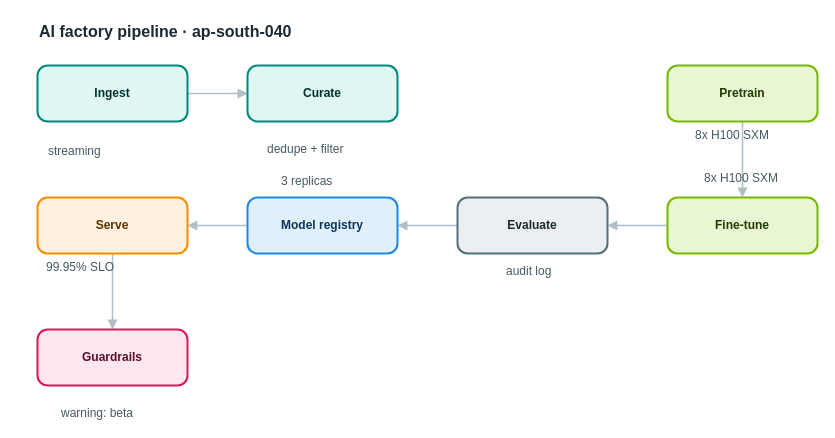
Before: apps/web/public/samples/library/040-ai-factory-pipeline.drawio in AryanG01/open-apprentice, a draw.io diagram. Source tidied: cells renumbered, new cells numbered last; positions are measured from the earlier drawing's top-left corner, leaving out a move shared by most shapes. Both pictures are drawn from the tidied source at 100%, with x=0, y=0 at pixel (37, 17).
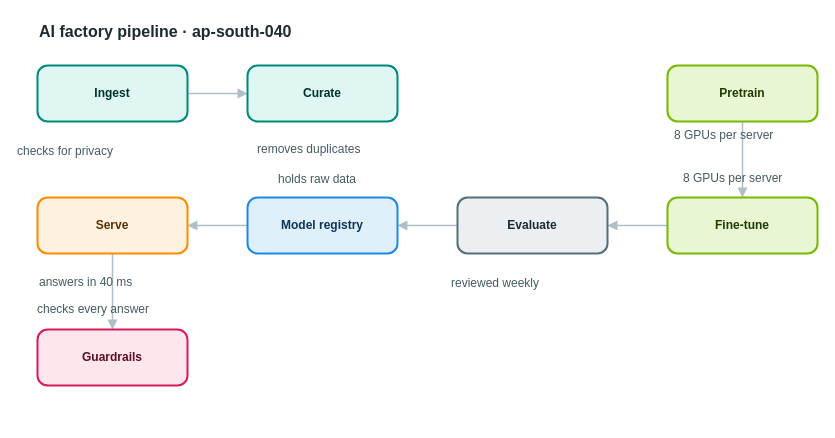
The same diagram, later.

The edit, as a diff of the source:
```diff
@@
-    <mxCell id="17" value="streaming" style="text;html=1;align=left;verticalAlign=top;whiteSpace=nowrap;spacing=0;spacingTop=0;strokeColor=none;fillColor=none;fontSize=12;fontColor=#455a64;" parent="1" vertex="1">
-      <mxGeometry x="11" y="122" width="75" height="20" as="geometry" />
+    <mxCell id="17" value="checks for privacy" style="text;html=1;align=left;verticalAlign=top;whiteSpace=nowrap;spacing=0;spacingTop=0;strokeColor=none;fillColor=none;fontSize=12;fontColor=#455a64;" parent="1" vertex="1">
+      <mxGeometry x="-20" y="122" width="138" height="20" as="geometry" />
     </mxCell>
-    <mxCell id="18" value="dedupe + filter" style="text;html=1;align=left;verticalAlign=top;whiteSpace=nowrap;spacing=0;spacingTop=0;strokeColor=none;fillColor=none;fontSize=12;fontColor=#455a64;" parent="1" vertex="1">
-      <mxGeometry x="230" y="120" width="117" height="20" as="geometry" />
+    <mxCell id="18" value="removes duplicates" style="text;html=1;align=left;verticalAlign=top;whiteSpace=nowrap;spacing=0;spacingTop=0;strokeColor=none;fillColor=none;fontSize=12;fontColor=#455a64;" parent="1" vertex="1">
+      <mxGeometry x="220" y="120" width="138" height="20" as="geometry" />
     </mxCell>
-    <mxCell id="19" value="8x H100 SXM" style="text;html=1;align=left;verticalAlign=top;whiteSpace=nowrap;spacing=0;spacingTop=0;strokeColor=none;fillColor=none;fontSize=12;fontColor=#455a64;" parent="1" vertex="1">
-      <mxGeometry x="658" y="106" width="89" height="20" as="geometry" />
+    <mxCell id="19" value="8 GPUs per server" style="text;html=1;align=left;verticalAlign=top;whiteSpace=nowrap;spacing=0;spacingTop=0;strokeColor=none;fillColor=none;fontSize=12;fontColor=#455a64;" parent="1" vertex="1">
+      <mxGeometry x="637" y="106" width="131" height="20" as="geometry" />
     </mxCell>
-    <mxCell id="20" value="8x H100 SXM" style="text;html=1;align=left;verticalAlign=top;whiteSpace=nowrap;spacing=0;spacingTop=0;strokeColor=none;fillColor=none;fontSize=12;fontColor=#455a64;" parent="1" vertex="1">
-      <mxGeometry x="667" y="149" width="89" height="20" as="geometry" />
+    <mxCell id="20" value="8 GPUs per server" style="text;html=1;align=left;verticalAlign=top;whiteSpace=nowrap;spacing=0;spacingTop=0;strokeColor=none;fillColor=none;fontSize=12;fontColor=#455a64;" parent="1" vertex="1">
+      <mxGeometry x="646" y="149" width="131" height="20" as="geometry" />
     </mxCell>
-    <mxCell id="21" value="audit log" style="text;html=1;align=left;verticalAlign=top;whiteSpace=nowrap;spacing=0;spacingTop=0;strokeColor=none;fillColor=none;fontSize=12;fontColor=#455a64;" parent="1" vertex="1">
-      <mxGeometry x="469" y="242" width="75" height="20" as="geometry" />
+    <mxCell id="21" value="reviewed weekly" style="text;html=1;align=left;verticalAlign=top;whiteSpace=nowrap;spacing=0;spacingTop=0;strokeColor=none;fillColor=none;fontSize=12;fontColor=#455a64;" parent="1" vertex="1">
+      <mxGeometry x="414" y="254" width="117" height="20" as="geometry" />
     </mxCell>
-    <mxCell id="22" value="3 replicas" style="text;html=1;align=left;verticalAlign=top;whiteSpace=nowrap;spacing=0;spacingTop=0;strokeColor=none;fillColor=none;fontSize=12;fontColor=#455a64;" parent="1" vertex="1">
-      <mxGeometry x="244" y="152" width="82" height="20" as="geometry" />
+    <mxCell id="22" value="holds raw data" style="text;html=1;align=left;verticalAlign=top;whiteSpace=nowrap;spacing=0;spacingTop=0;strokeColor=none;fillColor=none;fontSize=12;fontColor=#455a64;" parent="1" vertex="1">
+      <mxGeometry x="241" y="150" width="110" height="20" as="geometry" />
     </mxCell>
-    <mxCell id="23" value="99.95% SLO" style="text;html=1;align=left;verticalAlign=top;whiteSpace=nowrap;spacing=0;spacingTop=0;strokeColor=none;fillColor=none;fontSize=12;fontColor=#455a64;" parent="1" vertex="1">
-      <mxGeometry x="9" y="238" width="82" height="20" as="geometry" />
+    <mxCell id="23" value="answers in 40 ms" style="text;html=1;align=left;verticalAlign=top;whiteSpace=nowrap;spacing=0;spacingTop=0;strokeColor=none;fillColor=none;fontSize=12;fontColor=#455a64;" parent="1" vertex="1">
+      <mxGeometry x="2" y="253" width="124" height="20" as="geometry" />
     </mxCell>
-    <mxCell id="24" value="warning: beta" style="text;html=1;align=left;verticalAlign=top;whiteSpace=nowrap;spacing=0;spacingTop=0;strokeColor=none;fillColor=none;fontSize=12;fontColor=#455a64;" parent="1" vertex="1">
-      <mxGeometry x="24" y="384" width="103" height="20" as="geometry" />
+    <mxCell id="24" value="checks every answer" style="text;html=1;align=left;verticalAlign=top;whiteSpace=nowrap;spacing=0;spacingTop=0;strokeColor=none;fillColor=none;fontSize=12;fontColor=#455a64;" parent="1" vertex="1">
+      <mxGeometry y="280" width="145" height="20" as="geometry" />
     </mxCell>
```
